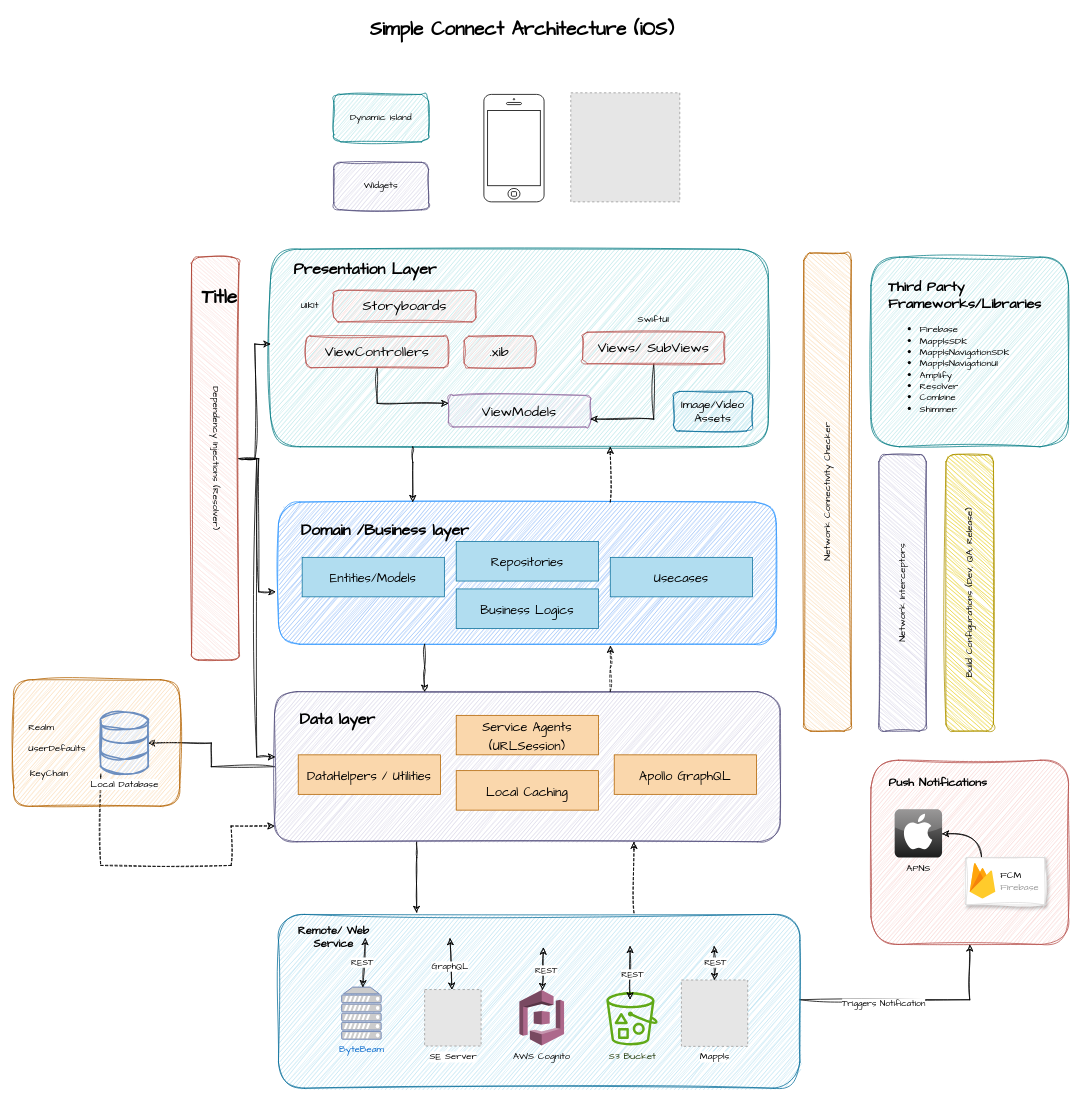
Before: page "Page-2" (2 of 2) of SimpleConnectArchitecture.drawio in nandhakumar-c/testproject, a draw.io diagram. Source tidied: cells renumbered, new cells numbered last; positions are measured from the earlier drawing's top-left corner, leaving out a move shared by most shapes. Both pictures are drawn from the tidied source at 79%, with x=0, y=0 at pixel (13, 13). Pictures stored in the file or linked from it are replaced by grey dashed boxes.
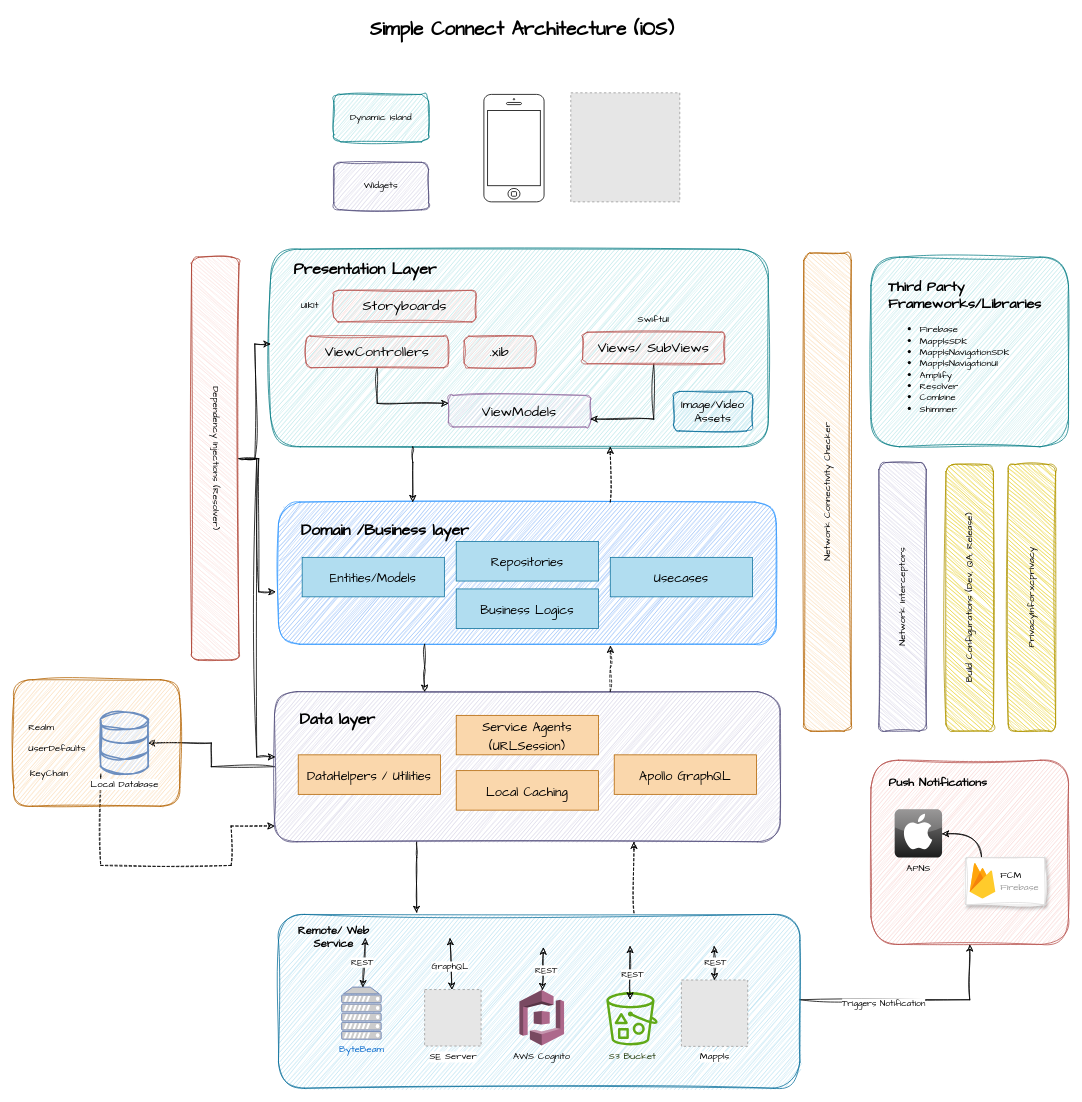
Above is the later version.

Change to the diagram source:
```diff
@@
     <mxCell id="79" value="Network Interceptors" style="rounded=1;whiteSpace=wrap;html=1;sketch=1;hachureGap=4;jiggle=2;curveFitting=1;fontFamily=Architects Daughter;rotation=-90;direction=east;fillColor=#d0cee2;strokeColor=#56517e;" parent="1" vertex="1">
-      <mxGeometry x="950" y="703" width="350" height="60" as="geometry" />
+      <mxGeometry x="955" y="708" width="340" height="60" as="geometry" />
     </mxCell>
-    <mxCell id="80" value="Title" style="text;strokeColor=none;fillColor=none;html=1;fontSize=24;fontStyle=1;verticalAlign=middle;align=center;fontFamily=Architects Daughter;" parent="1" vertex="1">
-      <mxGeometry x="210" y="340" width="100" height="40" as="geometry" />
-    </mxCell>
@@
     <mxCell id="82" value="Build Configurations (Dev, QA, Release)" style="rounded=1;whiteSpace=wrap;html=1;sketch=1;hachureGap=4;jiggle=2;curveFitting=1;fontFamily=Architects Daughter;rotation=-90;direction=east;fillColor=#e3c800;strokeColor=#B09500;fontColor=#000000;" parent="1" vertex="1">
-      <mxGeometry x="1035" y="703" width="350" height="60" as="geometry" />
+      <mxGeometry x="1041.2" y="709.2" width="337.5" height="60" as="geometry" />
     </mxCell>
+    <mxCell id="83" value="PrivacyInfor.xcprivacy" style="rounded=1;whiteSpace=wrap;html=1;sketch=1;hachureGap=4;jiggle=2;curveFitting=1;fontFamily=Architects Daughter;rotation=-90;direction=east;fillColor=#e3c800;strokeColor=#B09500;fontColor=#000000;" parent="1" vertex="1">
+      <mxGeometry x="1120" y="709.2" width="337.5" height="60" as="geometry" />
+    </mxCell>
```
